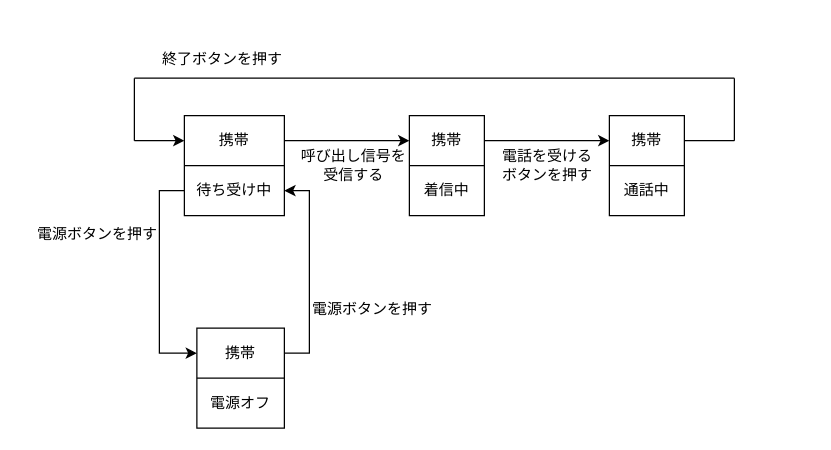
Earlier version of the draw.io diagram Lesson03/Lesson3-3.drawio (ucsaeki/UML_chonyumon). Source tidied: cells renumbered, new cells numbered last; positions are measured from the earlier drawing's top-left corner, leaving out a move shared by most shapes. Both pictures are drawn from the tidied source at 125%, with x=0, y=0 at pixel (21, 40).
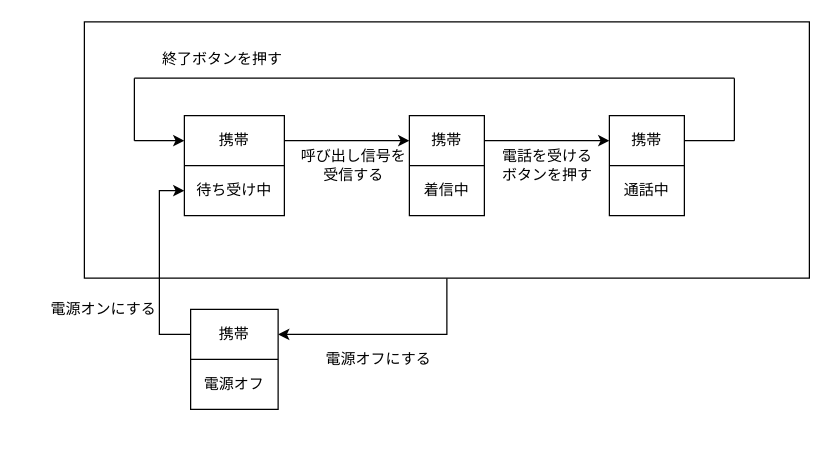
After the change.

The change refers to these unchanged cells:
```xml
<mxCell id="5" style="shape=tableRow;horizontal=0;startSize=0;swimlaneHead=0;swimlaneBody=0;strokeColor=inherit;top=0;left=0;bottom=0;right=0;fillColor=none;points=[[0,0.5],[1,0.5]];portConstraint=eastwest;" parent="2" vertex="1">
  <mxGeometry y="40" width="80" height="40" as="geometry" />
</mxCell>
<mxCell id="18" style="shape=tableRow;horizontal=0;startSize=0;swimlaneHead=0;swimlaneBody=0;strokeColor=inherit;top=0;left=0;bottom=0;right=0;fillColor=none;points=[[0,0.5],[1,0.5]];portConstraint=eastwest;" parent="17" vertex="1">
  <mxGeometry width="70" height="40" as="geometry" />
</mxCell>
```

What changed in the source:
```diff
@@
+    <mxCell id="36" style="edgeStyle=orthogonalEdgeStyle;rounded=0;jettySize=auto;html=1;exitX=0.5;exitY=1;exitDx=0;exitDy=0;entryX=1;entryY=0.5;entryDx=0;entryDy=0;" parent="1" edge="1" source="37" target="18">
+      <mxGeometry relative="1" as="geometry" />
+    </mxCell>
+    <mxCell id="37" style="rounded=0;whiteSpace=wrap;html=1;" parent="1" vertex="1">
+      <mxGeometry x="50" y="-15" width="580" height="205" as="geometry" />
+    </mxCell>
@@
     <mxCell id="17" style="shape=table;startSize=0;childLayout=tableLayout;" parent="1" vertex="1">
-      <mxGeometry x="140" y="230" width="70" height="80" as="geometry" />
+      <mxGeometry x="135" y="215" width="70" height="80" as="geometry" />
     </mxCell>
@@
-    <mxCell id="32" style="edgeStyle=orthogonalEdgeStyle;rounded=0;jettySize=auto;html=1;exitX=1;exitY=0.5;exitDx=0;exitDy=0;" parent="1" edge="1" source="18" target="5">
-      <mxGeometry relative="1" as="geometry" />
-    </mxCell>
-    <mxCell id="33" style="edgeStyle=orthogonalEdgeStyle;rounded=0;jettySize=auto;html=1;exitX=0;exitY=0.5;exitDx=0;exitDy=0;entryX=0;entryY=0.5;entryDx=0;entryDy=0;" parent="1" edge="1" source="5" target="18">
-      <mxGeometry relative="1" as="geometry" />
-    </mxCell>
-    <mxCell id="34" value="電源ボタンを押す" style="text;html=1;align=center;verticalAlign=middle;strokeColor=none;fillColor=none;" parent="1" vertex="1">
-      <mxGeometry x="220" y="200" width="120" height="30" as="geometry" />
+    <mxCell id="34" value="電源オンにする" style="text;html=1;align=center;verticalAlign=middle;strokeColor=none;fillColor=none;" parent="1" vertex="1">
+      <mxGeometry x="10" y="200" width="110" height="30" as="geometry" />
     </mxCell>
-    <mxCell id="35" value="電源ボタンを押す" style="text;html=1;align=center;verticalAlign=middle;strokeColor=none;fillColor=none;" parent="1" vertex="1">
-      <mxGeometry y="140" width="120" height="30" as="geometry" />
+    <mxCell id="35" value="電源オフにする" style="text;html=1;align=center;verticalAlign=middle;strokeColor=none;fillColor=none;" parent="1" vertex="1">
+      <mxGeometry x="230" y="240" width="110" height="30" as="geometry" />
     </mxCell>
+    <mxCell id="32" style="edgeStyle=orthogonalEdgeStyle;rounded=0;jettySize=auto;html=1;exitX=0;exitY=0.5;exitDx=0;exitDy=0;entryX=0;entryY=0.5;entryDx=0;entryDy=0;" parent="1" edge="1" source="18" target="5">
+      <mxGeometry relative="1" as="geometry" />
+    </mxCell>
```
